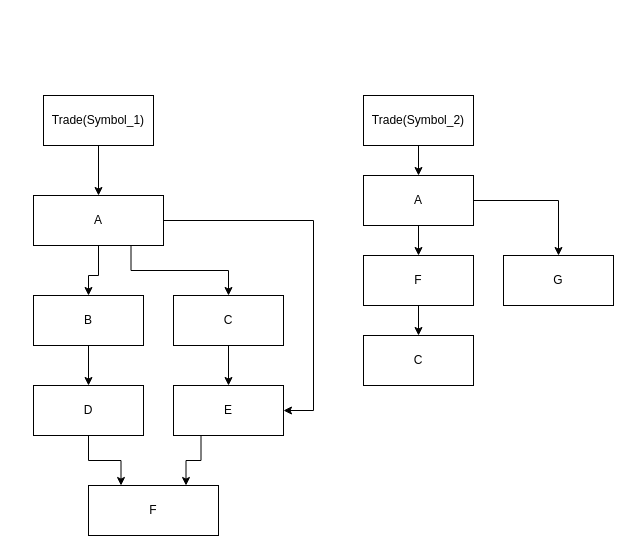
Above: page "MultiParents" (5 of 7) of docs/02. Diagrams/Feature Model and Semantics.drawio in ManuelBayon/InvestIQ-v2 (draw.io), before the change. Source tidied: cells renumbered, new cells numbered last; positions are measured from the earlier drawing's top-left corner, leaving out a move shared by most shapes. Both pictures are drawn from the tidied source at 100%, with x=0, y=0 at pixel (33, 95).
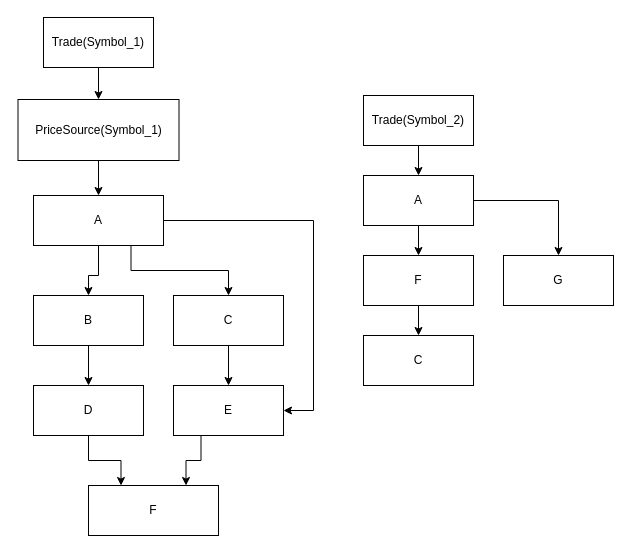
After the change.

Commit message (it also covers changes not shown here):
add bootstrap for basic feature graph

Unchanged cells that the change refers to:
```xml
<mxCell id="5" value="A" style="html=1;whiteSpace=wrap;" parent="1" vertex="1">
  <mxGeometry y="100" width="130" height="50" as="geometry" />
</mxCell>
```

Change to the diagram source:
```diff
@@
-    <mxCell id="8" style="edgeStyle=orthogonalEdgeStyle;rounded=0;jettySize=auto;html=1;exitX=0.5;exitY=1;exitDx=0;exitDy=0;fontFamily=Helvetica;fontSize=12;fontColor=default;labelBorderColor=none;" parent="1" edge="1" source="9" target="5">
-      <mxGeometry relative="1" as="geometry" />
-    </mxCell>
+    <mxCell id="26" style="edgeStyle=orthogonalEdgeStyle;rounded=0;jettySize=auto;html=1;exitX=0.5;exitY=1;exitDx=0;exitDy=0;entryX=0.5;entryY=0;entryDx=0;entryDy=0;fontFamily=Helvetica;fontSize=12;fontColor=default;labelBorderColor=none;" parent="1" edge="1" source="9" target="28">
+      <mxGeometry relative="1" as="geometry" />
+    </mxCell>
     <mxCell id="9" value="Trade(Symbol_1)" style="html=1;whiteSpace=wrap;" parent="1" vertex="1">
-      <mxGeometry x="10" width="110" height="50" as="geometry" />
+      <mxGeometry x="10" y="-78" width="110" height="50" as="geometry" />
     </mxCell>
@@
+    <mxCell id="27" style="edgeStyle=orthogonalEdgeStyle;rounded=0;jettySize=auto;html=1;exitX=0.5;exitY=1;exitDx=0;exitDy=0;entryX=0.5;entryY=0;entryDx=0;entryDy=0;fontFamily=Helvetica;fontSize=12;fontColor=default;labelBorderColor=none;" parent="1" edge="1" source="28" target="5">
+      <mxGeometry relative="1" as="geometry" />
+    </mxCell>
+    <mxCell id="28" value="PriceSource(Symbol_1)" style="html=1;whiteSpace=wrap;" parent="1" vertex="1">
+      <mxGeometry x="-15.5" y="4" width="161" height="61" as="geometry" />
+    </mxCell>
```
